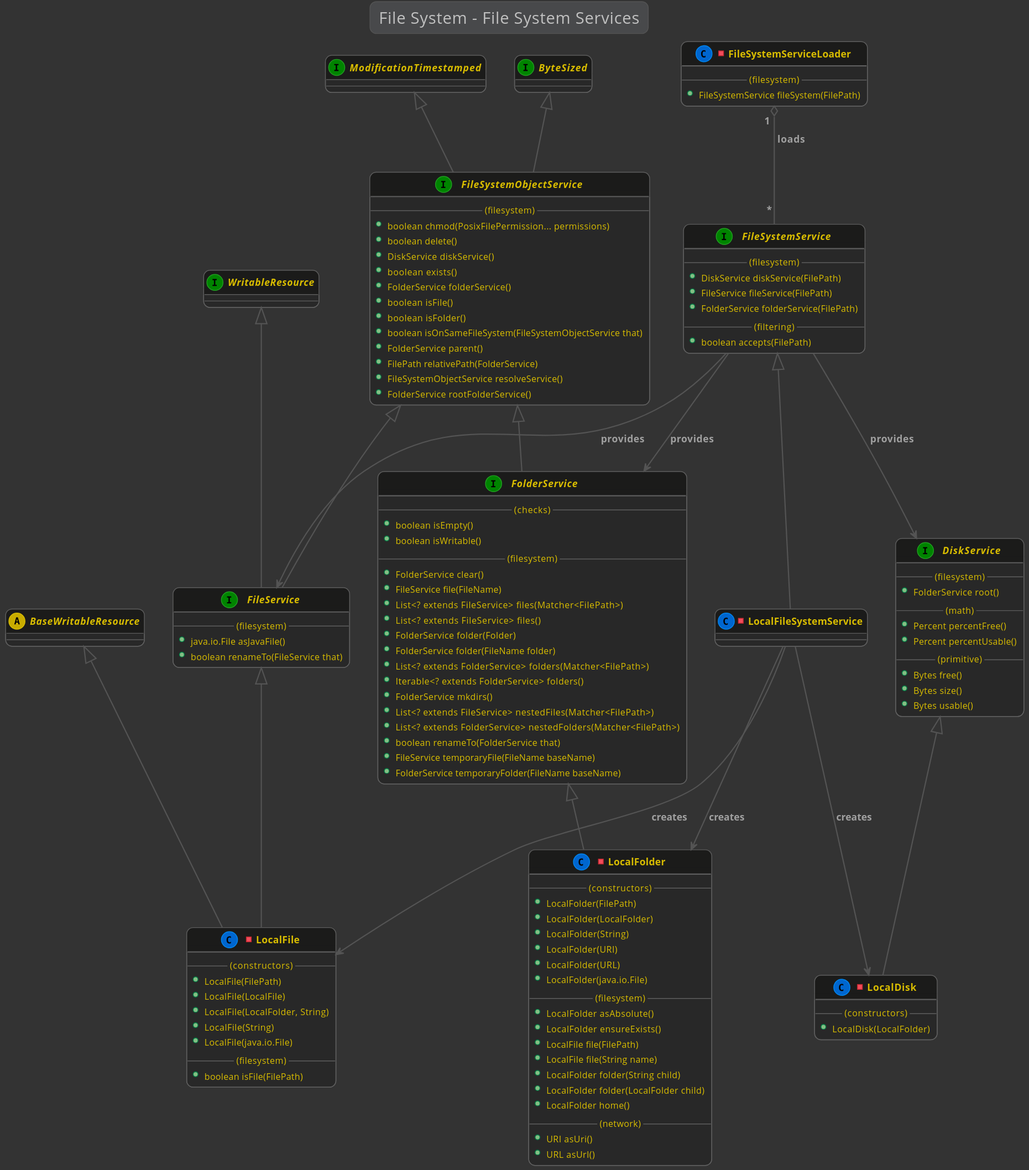
Earlier version of the PlantUML export kivakit-core/resource/documentation/diagrams/diagram-file-system-service.svg (Telenav/kivakit). Source of this version:
```plantuml
@startuml

    !include ../lexakai/lexakai.theme

    title "File System - File System Services"

    abstract BaseWritableResource

    interface FileSystemService
    interface FileService
    interface DiskService
    interface FolderService

    interface DiskService
    {
        --(filesystem)--
        +FolderService root()
        --(math)--
        +Percent percentFree()
        +Percent percentUsable()
        --(primitive)--
        +Bytes free()
        +Bytes size()
        +Bytes usable()
    }

    interface FileSystemObjectService
    interface WritableResource
    FileSystemObjectService <|-- FileService
    WritableResource <|-- FileService
    interface FileService
    {
        --(filesystem)--
        +java.io.File asJavaFile()
        +boolean renameTo(FileService that)
    }

    interface ByteSized
    interface ModificationTimestamped
    ByteSized <|-- FileSystemObjectService
    ModificationTimestamped <|-- FileSystemObjectService
    interface FileSystemObjectService
    {
        --(filesystem)--
        +boolean chmod(PosixFilePermission... permissions)
        +boolean delete()
        +DiskService diskService()
        +boolean exists()
        +FolderService folderService()
        +boolean isFile()
        +boolean isFolder()
        +boolean isOnSameFileSystem(FileSystemObjectService that)
        +FolderService parent()
        +FilePath relativePath(FolderService)
        +FileSystemObjectService resolveService()
        +FolderService rootFolderService()
    }

    FileSystemService --> DiskService : "provides"
    FileSystemService --> FileService : "provides"
    FileSystemService --> FolderService : "provides"
    interface FileSystemService
    {
        --(filesystem)--
        +DiskService diskService(FilePath)
        +FileService fileService(FilePath)
        +FolderService folderService(FilePath)
        --(filtering)--
        +boolean accepts(FilePath)
    }

    FileSystemServiceLoader "1" o-- "*" FileSystemService : "loads"
    -class FileSystemServiceLoader
    {
        --(filesystem)--
        +FileSystemService fileSystem(FilePath)
    }

    interface FileSystemObjectService
    FileSystemObjectService <|-- FolderService
    interface FolderService
    {
        --(checks)--
        +boolean isEmpty()
        +boolean isWritable()
        --(filesystem)--
        +FolderService clear()
        +FileService file(FileName)
        +List<? extends FileService> files(Matcher<FilePath>)
        +List<? extends FileService> files()
        +FolderService folder(Folder)
        +FolderService folder(FileName folder)
        +List<? extends FolderService> folders(Matcher<FilePath>)
        +Iterable<? extends FolderService> folders()
        +FolderService mkdirs()
        +List<? extends FileService> nestedFiles(Matcher<FilePath>)
        +List<? extends FolderService> nestedFolders(Matcher<FilePath>)
        +boolean renameTo(FolderService that)
        +FileService temporaryFile(FileName baseName)
        +FolderService temporaryFolder(FileName baseName)
    }

    DiskService <|-- LocalDisk
    -class LocalDisk
    {
        --(constructors)--
        +LocalDisk(LocalFolder)
    }

    BaseWritableResource <|-- LocalFile
    FileService <|-- LocalFile
    -class LocalFile
    {
        --(constructors)--
        +LocalFile(FilePath)
        +LocalFile(LocalFile)
        +LocalFile(LocalFolder, String)
        +LocalFile(String)
        +LocalFile(java.io.File)
        --(filesystem)--
        +boolean isFile(FilePath)
    }

    FileSystemService <|-- LocalFileSystemService
    LocalFileSystemService --> LocalDisk : "creates"
    LocalFileSystemService --> LocalFile : "creates"
    LocalFileSystemService --> LocalFolder : "creates"
    -class LocalFileSystemService
    {
    }

    FolderService <|-- LocalFolder
    -class LocalFolder
    {
        --(constructors)--
        +LocalFolder(FilePath)
        +LocalFolder(LocalFolder)
        +LocalFolder(String)
        +LocalFolder(URI)
        +LocalFolder(URL)
        +LocalFolder(java.io.File)
        --(filesystem)--
        +LocalFolder asAbsolute()
        +LocalFolder ensureExists()
        +LocalFile file(FilePath)
        +LocalFile file(String name)
        +LocalFolder folder(String child)
        +LocalFolder folder(LocalFolder child)
        +LocalFolder home()
        --(network)--
        +URI asUri()
        +URL asUrl()
    }

@enduml
```
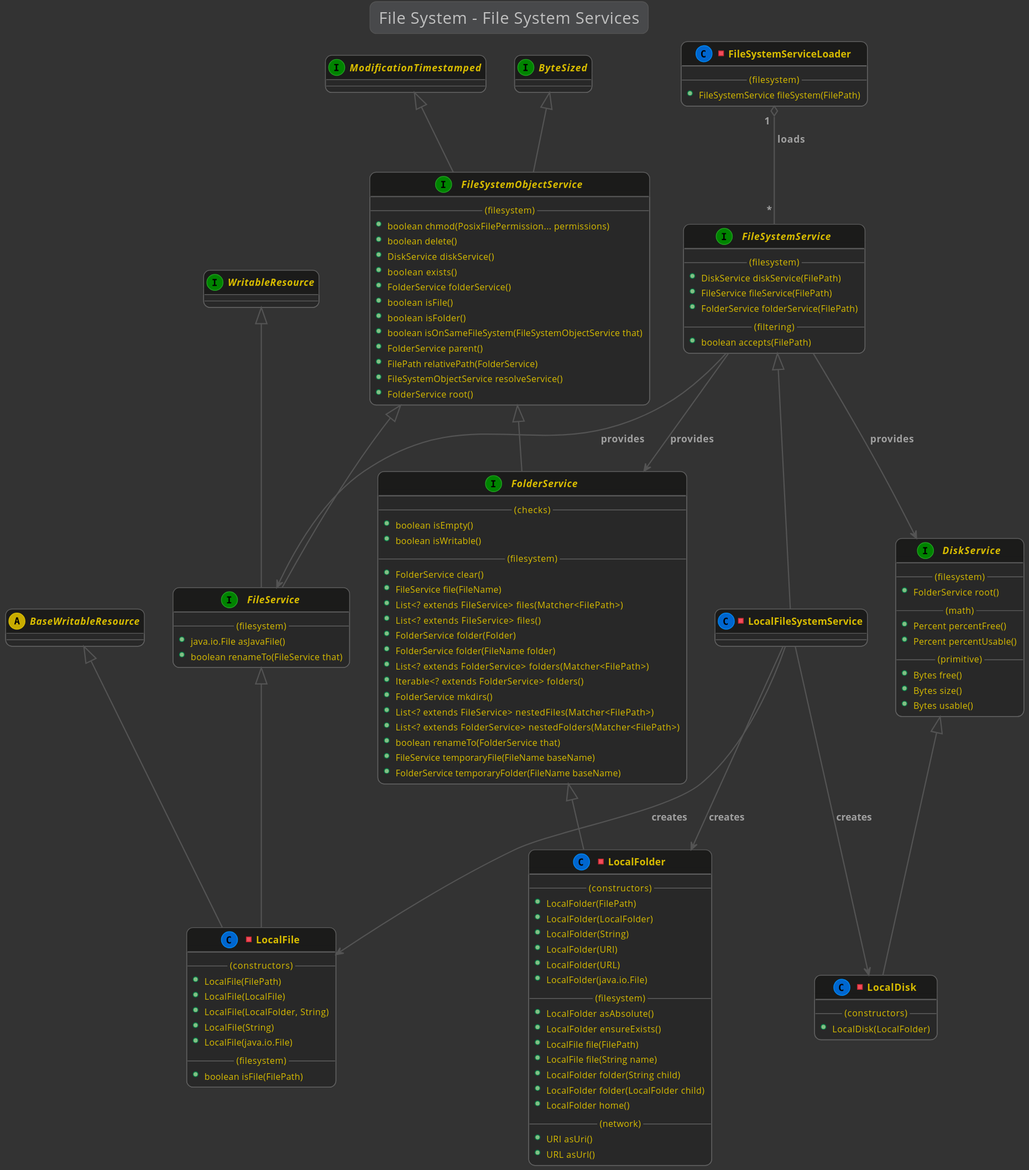
The same diagram one commit later.

The edit, as a diff of the source:
```diff
@@ -53,7 +53,7 @@
         +FolderService parent()
         +FilePath relativePath(FolderService)
         +FileSystemObjectService resolveService()
-        +FolderService rootFolderService()
+        +FolderService root()
     }
 
     FileSystemService --> DiskService : "provides"
```
